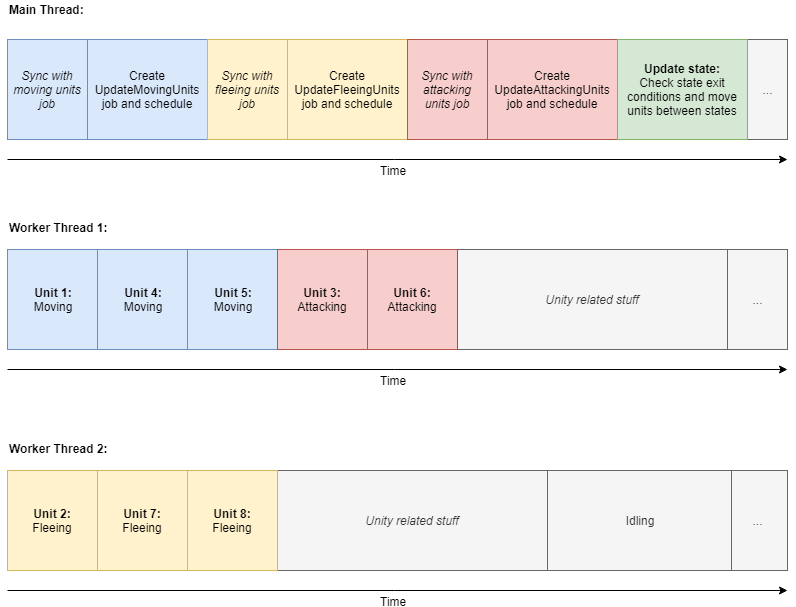
sppt-2019/report keeps this draw.io diagram as presentation/pictures/concurrent.png. Above is the earlier version. Source tidied: cells renumbered, new cells last; positions are measured from the earlier drawing's top-left corner, leaving out a move shared by most shapes. Source of this version:
```xml
<mxGraphModel>
  <root>
    <mxCell id="0" />
    <mxCell id="1" parent="0" />
    <mxCell id="2" style="rounded=0;whiteSpace=wrap;html=1;" parent="1" vertex="1">
      <mxGeometry y="39" width="780" height="100" as="geometry" />
    </mxCell>
    <mxCell id="3" style="endArrow=classic;html=1;" parent="1" edge="1">
      <mxGeometry relative="1" as="geometry">
        <mxPoint y="159" as="sourcePoint" />
        <mxPoint x="780" y="159" as="targetPoint" />
      </mxGeometry>
    </mxCell>
    <mxCell id="4" value="&lt;div&gt;Time&lt;/div&gt;" style="text;html=1;align=center;verticalAlign=middle;labelBackgroundColor=#ffffff;" parent="3" vertex="1">
      <mxGeometry x="0.52" relative="1" as="geometry">
        <mxPoint x="-209" y="10" as="offset" />
      </mxGeometry>
    </mxCell>
    <mxCell id="5" value="..." style="rounded=0;whiteSpace=wrap;html=1;fillColor=#f5f5f5;strokeColor=#666666;fontColor=#333333;" parent="1" vertex="1">
      <mxGeometry x="740" y="39" width="40" height="100" as="geometry" />
    </mxCell>
    <mxCell id="6" value="&lt;b&gt;Main Thread:&lt;/b&gt;" style="text;html=1;align=left;verticalAlign=top;spacingTop=-4;" parent="1" vertex="1">
      <mxGeometry width="90" height="20" as="geometry" />
    </mxCell>
    <mxCell id="7" value="&lt;div&gt;&lt;b&gt;Worker Thread 1:&lt;/b&gt;&lt;/div&gt;" style="text;html=1;align=left;verticalAlign=top;spacingTop=-4;" parent="1" vertex="1">
      <mxGeometry y="218" width="110" height="20" as="geometry" />
    </mxCell>
    <mxCell id="8" style="rounded=0;whiteSpace=wrap;html=1;" parent="1" vertex="1">
      <mxGeometry y="249" width="780" height="100" as="geometry" />
    </mxCell>
    <mxCell id="9" style="endArrow=classic;html=1;" parent="1" edge="1">
      <mxGeometry relative="1" as="geometry">
        <mxPoint y="369" as="sourcePoint" />
        <mxPoint x="780" y="369" as="targetPoint" />
      </mxGeometry>
    </mxCell>
    <mxCell id="10" value="&lt;div&gt;Time&lt;/div&gt;" style="text;html=1;align=center;verticalAlign=middle;labelBackgroundColor=#ffffff;" parent="9" vertex="1">
      <mxGeometry x="0.52" relative="1" as="geometry">
        <mxPoint x="-209" y="10" as="offset" />
      </mxGeometry>
    </mxCell>
    <mxCell id="11" value="&lt;b&gt;Unit 1:&lt;br&gt;&lt;/b&gt;Moving&lt;br&gt;&lt;b&gt;&lt;/b&gt;" style="rounded=0;whiteSpace=wrap;html=1;fillColor=#dae8fc;strokeColor=#6c8ebf;" parent="1" vertex="1">
      <mxGeometry y="249" width="90" height="100" as="geometry" />
    </mxCell>
    <mxCell id="12" value="&lt;div&gt;&lt;b&gt;Unit 4:&lt;/b&gt;&lt;/div&gt;Moving&lt;br&gt;&lt;b&gt;&lt;/b&gt;" style="rounded=0;whiteSpace=wrap;html=1;fillColor=#dae8fc;strokeColor=#6c8ebf;" parent="1" vertex="1">
      <mxGeometry x="90" y="249" width="90" height="100" as="geometry" />
    </mxCell>
    <mxCell id="13" value="&lt;div&gt;&lt;b&gt;Unit 5:&lt;/b&gt;&lt;/div&gt;Moving&lt;br&gt;&lt;b&gt;&lt;/b&gt;" style="rounded=0;whiteSpace=wrap;html=1;fillColor=#dae8fc;strokeColor=#6c8ebf;" parent="1" vertex="1">
      <mxGeometry x="180" y="249" width="90" height="100" as="geometry" />
    </mxCell>
    <mxCell id="14" value="..." style="rounded=0;whiteSpace=wrap;html=1;fillColor=#f5f5f5;strokeColor=#666666;fontColor=#333333;" parent="1" vertex="1">
      <mxGeometry x="720" y="249" width="60" height="100" as="geometry" />
    </mxCell>
    <mxCell id="15" value="&lt;b&gt;Unit 3:&lt;br&gt;&lt;/b&gt;&lt;div&gt;Attacking&lt;/div&gt;" style="rounded=0;whiteSpace=wrap;html=1;fillColor=#f8cecc;strokeColor=#b85450;" parent="1" vertex="1">
      <mxGeometry x="270" y="249" width="90" height="100" as="geometry" />
    </mxCell>
    <mxCell id="16" value="&lt;b&gt;Unit 6:&lt;br&gt;&lt;/b&gt;&lt;div&gt;Attacking&lt;/div&gt;" style="rounded=0;whiteSpace=wrap;html=1;fillColor=#f8cecc;strokeColor=#b85450;" parent="1" vertex="1">
      <mxGeometry x="360" y="249" width="90" height="100" as="geometry" />
    </mxCell>
    <mxCell id="17" value="&lt;i&gt;Unity related stuff&lt;br&gt;&lt;/i&gt;" style="rounded=0;whiteSpace=wrap;html=1;fillColor=#f5f5f5;strokeColor=#666666;fontColor=#333333;" parent="1" vertex="1">
      <mxGeometry x="450" y="249" width="270" height="100" as="geometry" />
    </mxCell>
    <mxCell id="18" value="&lt;div&gt;&lt;b&gt;Worker Thread 2:&lt;/b&gt;&lt;/div&gt;" style="text;html=1;align=left;verticalAlign=top;spacingTop=-4;" parent="1" vertex="1">
      <mxGeometry y="439" width="110" height="20" as="geometry" />
    </mxCell>
    <mxCell id="19" style="rounded=0;whiteSpace=wrap;html=1;" parent="1" vertex="1">
      <mxGeometry y="470" width="780" height="100" as="geometry" />
    </mxCell>
    <mxCell id="20" style="endArrow=classic;html=1;" parent="1" edge="1">
      <mxGeometry relative="1" as="geometry">
        <mxPoint y="590" as="sourcePoint" />
        <mxPoint x="780" y="590" as="targetPoint" />
      </mxGeometry>
    </mxCell>
    <mxCell id="21" value="&lt;div&gt;Time&lt;/div&gt;" style="text;html=1;align=center;verticalAlign=middle;labelBackgroundColor=#ffffff;" parent="20" vertex="1">
      <mxGeometry x="0.52" relative="1" as="geometry">
        <mxPoint x="-209" y="10" as="offset" />
      </mxGeometry>
    </mxCell>
    <mxCell id="22" value="..." style="rounded=0;whiteSpace=wrap;html=1;fillColor=#f5f5f5;strokeColor=#666666;fontColor=#333333;" parent="1" vertex="1">
      <mxGeometry x="720" y="470" width="60" height="100" as="geometry" />
    </mxCell>
    <mxCell id="23" value="&lt;i&gt;Unity related stuff&lt;br&gt;&lt;/i&gt;" style="rounded=0;whiteSpace=wrap;html=1;fillColor=#f5f5f5;strokeColor=#666666;fontColor=#333333;" parent="1" vertex="1">
      <mxGeometry x="270" y="470" width="270" height="100" as="geometry" />
    </mxCell>
    <mxCell id="24" value="&lt;b&gt;Unit 2:&lt;br&gt;&lt;/b&gt;&lt;div&gt;Fleeing&lt;/div&gt;" style="rounded=0;whiteSpace=wrap;html=1;fillColor=#fff2cc;strokeColor=#d6b656;" parent="1" vertex="1">
      <mxGeometry y="470" width="90" height="100" as="geometry" />
    </mxCell>
    <mxCell id="25" value="&lt;b&gt;Unit 7:&lt;br&gt;&lt;/b&gt;&lt;div&gt;Fleeing&lt;/div&gt;" style="rounded=0;whiteSpace=wrap;html=1;fillColor=#fff2cc;strokeColor=#d6b656;" parent="1" vertex="1">
      <mxGeometry x="90" y="470" width="90" height="100" as="geometry" />
    </mxCell>
    <mxCell id="26" value="&lt;div&gt;&lt;b&gt;Unit 8:&lt;/b&gt;&lt;/div&gt;&lt;div&gt;Fleeing&lt;/div&gt;" style="rounded=0;whiteSpace=wrap;html=1;fillColor=#fff2cc;strokeColor=#d6b656;" parent="1" vertex="1">
      <mxGeometry x="180" y="470" width="90" height="100" as="geometry" />
    </mxCell>
    <mxCell id="27" value="Idling" style="rounded=0;whiteSpace=wrap;html=1;fillColor=#f5f5f5;strokeColor=#666666;fontColor=#333333;" parent="1" vertex="1">
      <mxGeometry x="540" y="470" width="184" height="100" as="geometry" />
    </mxCell>
    <mxCell id="28" value="Create UpdateMovingUnits job and schedule" style="rounded=0;whiteSpace=wrap;html=1;fillColor=#dae8fc;strokeColor=#6c8ebf;" parent="1" vertex="1">
      <mxGeometry x="80" y="39" width="120" height="100" as="geometry" />
    </mxCell>
    <mxCell id="29" value="Sync with moving units job" style="rounded=0;whiteSpace=wrap;html=1;fontStyle=2;fillColor=#dae8fc;strokeColor=#6c8ebf;" parent="1" vertex="1">
      <mxGeometry y="39" width="80" height="100" as="geometry" />
    </mxCell>
    <mxCell id="30" value="Sync with fleeing units job" style="rounded=0;whiteSpace=wrap;html=1;fontStyle=2;fillColor=#fff2cc;strokeColor=#d6b656;" parent="1" vertex="1">
      <mxGeometry x="200" y="39" width="80" height="100" as="geometry" />
    </mxCell>
    <mxCell id="31" value="Create UpdateFleeingUnits job and schedule" style="rounded=0;whiteSpace=wrap;html=1;fillColor=#fff2cc;strokeColor=#d6b656;" parent="1" vertex="1">
      <mxGeometry x="280" y="39" width="120" height="100" as="geometry" />
    </mxCell>
    <mxCell id="32" value="Sync with attacking units job" style="rounded=0;whiteSpace=wrap;html=1;fontStyle=2;fillColor=#f8cecc;strokeColor=#b85450;" parent="1" vertex="1">
      <mxGeometry x="400" y="39" width="80" height="100" as="geometry" />
    </mxCell>
    <mxCell id="33" value="Create UpdateAttackingUnits job and schedule" style="rounded=0;whiteSpace=wrap;html=1;fillColor=#f8cecc;strokeColor=#b85450;" parent="1" vertex="1">
      <mxGeometry x="480" y="39" width="130" height="100" as="geometry" />
    </mxCell>
    <mxCell id="34" value="&lt;b&gt;Update state:&lt;br&gt;&lt;/b&gt;Check state exit conditions and move units between states&lt;br&gt;&lt;b&gt;&lt;/b&gt;" style="rounded=0;whiteSpace=wrap;html=1;fillColor=#d5e8d4;strokeColor=#82b366;" parent="1" vertex="1">
      <mxGeometry x="610" y="39" width="130" height="100" as="geometry" />
    </mxCell>
  </root>
</mxGraphModel>
```
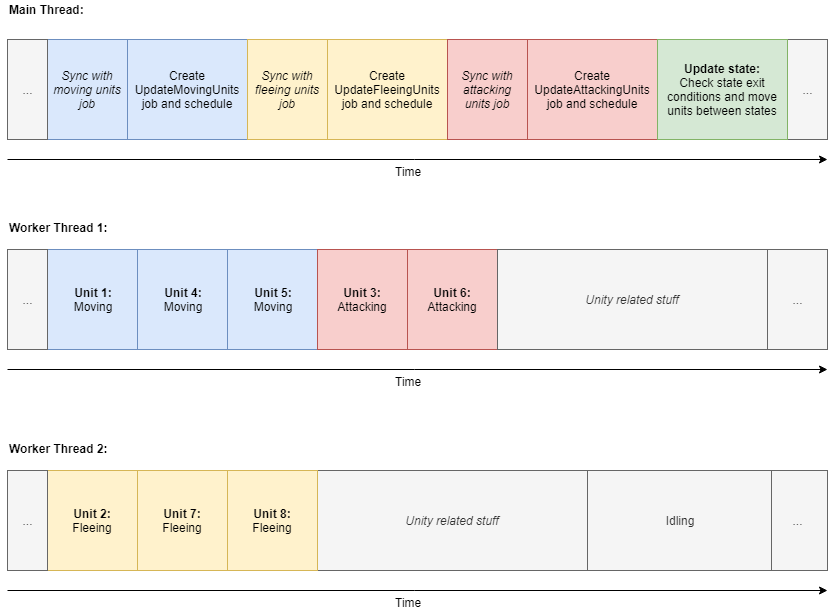
The same diagram one commit later.

What changed in the source:
```diff
@@ -7,36 +7,36 @@
     </mxCell>
     <mxCell id="3" style="endArrow=classic;html=1;" parent="1" edge="1">
       <mxGeometry relative="1" as="geometry">
-        <mxPoint y="159" as="sourcePoint" />
+        <mxPoint x="-40" y="159" as="sourcePoint" />
         <mxPoint x="780" y="159" as="targetPoint" />
       </mxGeometry>
     </mxCell>
     <mxCell id="4" value="&lt;div&gt;Time&lt;/div&gt;" style="text;html=1;align=center;verticalAlign=middle;labelBackgroundColor=#ffffff;" parent="3" vertex="1">
       <mxGeometry x="0.52" relative="1" as="geometry">
-        <mxPoint x="-209" y="10" as="offset" />
+        <mxPoint x="-224" y="11" as="offset" />
       </mxGeometry>
     </mxCell>
     <mxCell id="5" value="..." style="rounded=0;whiteSpace=wrap;html=1;fillColor=#f5f5f5;strokeColor=#666666;fontColor=#333333;" parent="1" vertex="1">
       <mxGeometry x="740" y="39" width="40" height="100" as="geometry" />
     </mxCell>
     <mxCell id="6" value="&lt;b&gt;Main Thread:&lt;/b&gt;" style="text;html=1;align=left;verticalAlign=top;spacingTop=-4;" parent="1" vertex="1">
-      <mxGeometry width="90" height="20" as="geometry" />
+      <mxGeometry x="-40" width="90" height="20" as="geometry" />
     </mxCell>
     <mxCell id="7" value="&lt;div&gt;&lt;b&gt;Worker Thread 1:&lt;/b&gt;&lt;/div&gt;" style="text;html=1;align=left;verticalAlign=top;spacingTop=-4;" parent="1" vertex="1">
-      <mxGeometry y="218" width="110" height="20" as="geometry" />
+      <mxGeometry x="-40" y="218" width="110" height="20" as="geometry" />
     </mxCell>
     <mxCell id="8" style="rounded=0;whiteSpace=wrap;html=1;" parent="1" vertex="1">
       <mxGeometry y="249" width="780" height="100" as="geometry" />
     </mxCell>
     <mxCell id="9" style="endArrow=classic;html=1;" parent="1" edge="1">
       <mxGeometry relative="1" as="geometry">
-        <mxPoint y="369" as="sourcePoint" />
+        <mxPoint x="-40" y="369" as="sourcePoint" />
         <mxPoint x="780" y="369" as="targetPoint" />
       </mxGeometry>
     </mxCell>
     <mxCell id="10" value="&lt;div&gt;Time&lt;/div&gt;" style="text;html=1;align=center;verticalAlign=middle;labelBackgroundColor=#ffffff;" parent="9" vertex="1">
       <mxGeometry x="0.52" relative="1" as="geometry">
-        <mxPoint x="-209" y="10" as="offset" />
+        <mxPoint x="-224" y="11" as="offset" />
       </mxGeometry>
     </mxCell>
     <mxCell id="11" value="&lt;b&gt;Unit 1:&lt;br&gt;&lt;/b&gt;Moving&lt;br&gt;&lt;b&gt;&lt;/b&gt;" style="rounded=0;whiteSpace=wrap;html=1;fillColor=#dae8fc;strokeColor=#6c8ebf;" parent="1" vertex="1">
@@ -61,20 +61,20 @@
       <mxGeometry x="450" y="249" width="270" height="100" as="geometry" />
     </mxCell>
     <mxCell id="18" value="&lt;div&gt;&lt;b&gt;Worker Thread 2:&lt;/b&gt;&lt;/div&gt;" style="text;html=1;align=left;verticalAlign=top;spacingTop=-4;" parent="1" vertex="1">
-      <mxGeometry y="439" width="110" height="20" as="geometry" />
+      <mxGeometry x="-40" y="439" width="110" height="20" as="geometry" />
     </mxCell>
     <mxCell id="19" style="rounded=0;whiteSpace=wrap;html=1;" parent="1" vertex="1">
       <mxGeometry y="470" width="780" height="100" as="geometry" />
     </mxCell>
     <mxCell id="20" style="endArrow=classic;html=1;" parent="1" edge="1">
       <mxGeometry relative="1" as="geometry">
-        <mxPoint y="590" as="sourcePoint" />
+        <mxPoint x="-40" y="590" as="sourcePoint" />
         <mxPoint x="780" y="590" as="targetPoint" />
       </mxGeometry>
     </mxCell>
     <mxCell id="21" value="&lt;div&gt;Time&lt;/div&gt;" style="text;html=1;align=center;verticalAlign=middle;labelBackgroundColor=#ffffff;" parent="20" vertex="1">
       <mxGeometry x="0.52" relative="1" as="geometry">
-        <mxPoint x="-209" y="10" as="offset" />
+        <mxPoint x="-224" y="11" as="offset" />
       </mxGeometry>
     </mxCell>
     <mxCell id="22" value="..." style="rounded=0;whiteSpace=wrap;html=1;fillColor=#f5f5f5;strokeColor=#666666;fontColor=#333333;" parent="1" vertex="1">
@@ -116,5 +116,14 @@
     <mxCell id="34" value="&lt;b&gt;Update state:&lt;br&gt;&lt;/b&gt;Check state exit conditions and move units between states&lt;br&gt;&lt;b&gt;&lt;/b&gt;" style="rounded=0;whiteSpace=wrap;html=1;fillColor=#d5e8d4;strokeColor=#82b366;" parent="1" vertex="1">
       <mxGeometry x="610" y="39" width="130" height="100" as="geometry" />
     </mxCell>
+    <mxCell id="35" value="..." style="rounded=0;whiteSpace=wrap;html=1;fillColor=#f5f5f5;strokeColor=#666666;fontColor=#333333;" parent="1" vertex="1">
+      <mxGeometry x="-40" y="39" width="40" height="100" as="geometry" />
+    </mxCell>
+    <mxCell id="36" value="..." style="rounded=0;whiteSpace=wrap;html=1;fillColor=#f5f5f5;strokeColor=#666666;fontColor=#333333;" parent="1" vertex="1">
+      <mxGeometry x="-40" y="249" width="40" height="100" as="geometry" />
+    </mxCell>
+    <mxCell id="37" value="..." style="rounded=0;whiteSpace=wrap;html=1;fillColor=#f5f5f5;strokeColor=#666666;fontColor=#333333;" parent="1" vertex="1">
+      <mxGeometry x="-40" y="470" width="40" height="100" as="geometry" />
+    </mxCell>
   </root>
 </mxGraphModel>
```
